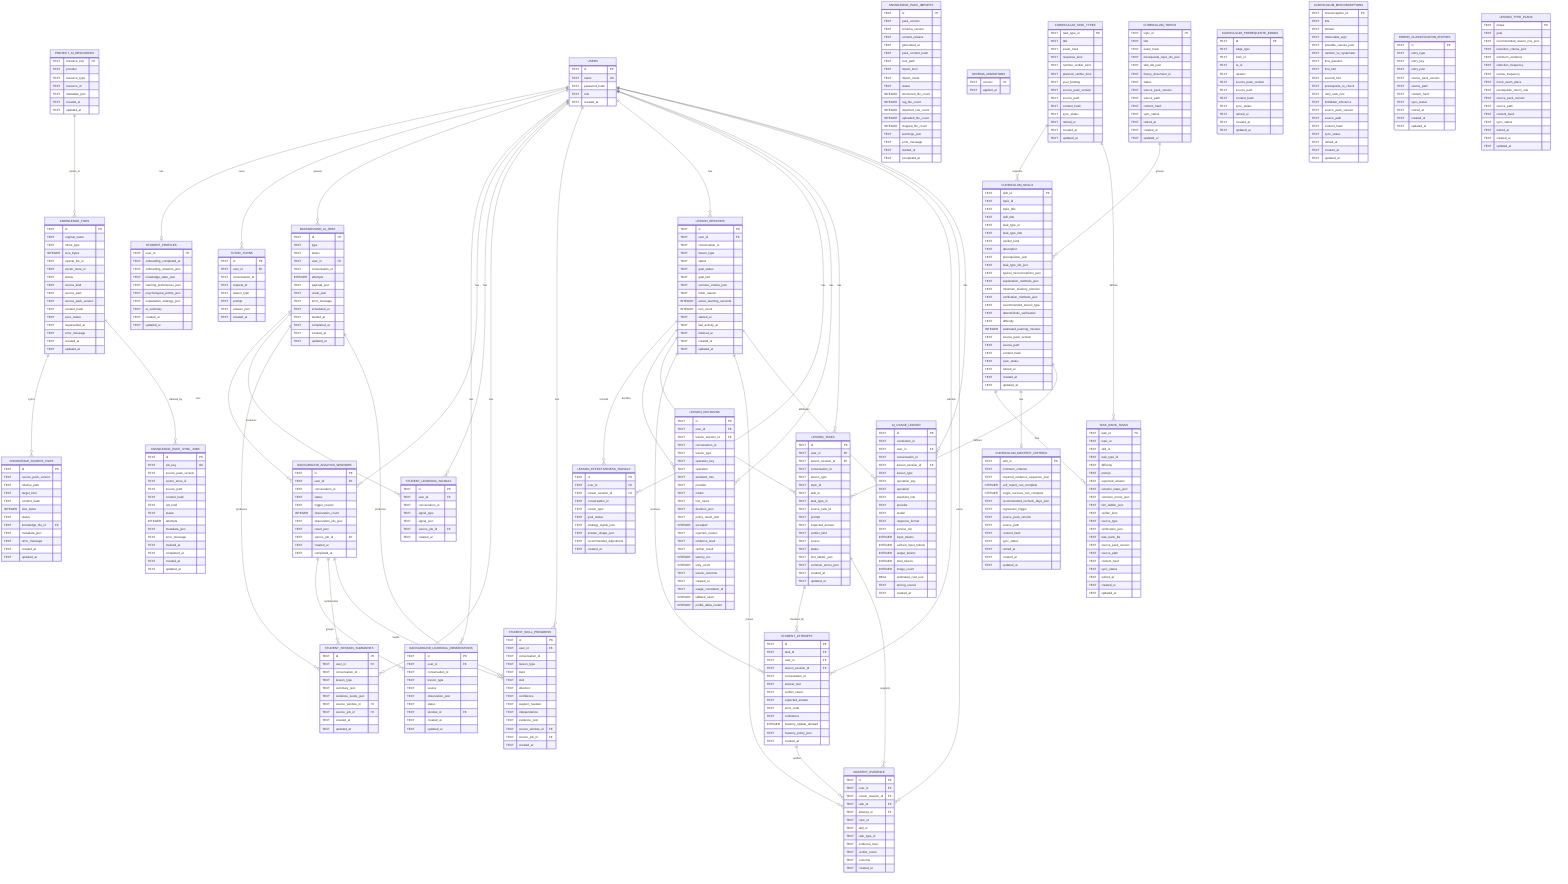
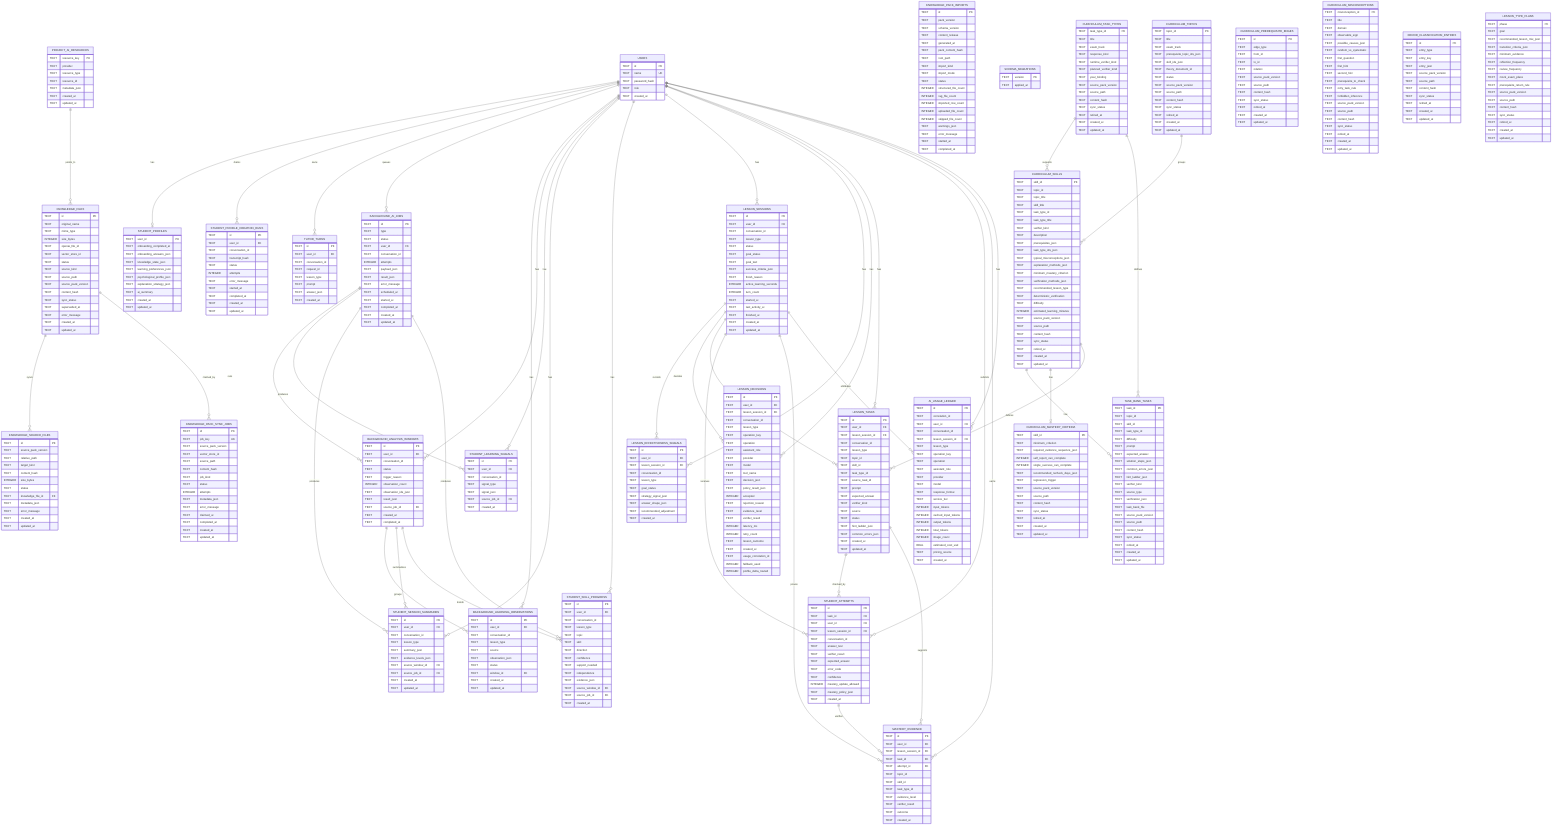
erDiagram
  USERS {
    TEXT id PK
    TEXT name UK
    TEXT password_hash
    TEXT role
    TEXT created_at
  }

  KNOWLEDGE_FILES {
    TEXT id PK
    TEXT original_name
    TEXT mime_type
    INTEGER size_bytes
    TEXT openai_file_id
    TEXT vector_store_id
    TEXT status
    TEXT source_kind
    TEXT source_path
    TEXT source_pack_version
    TEXT content_hash
    TEXT sync_status
    TEXT superseded_at
    TEXT error_message
    TEXT created_at
    TEXT updated_at
  }

  PROJECT_AI_RESOURCES {
    TEXT resource_key PK
    TEXT provider
    TEXT resource_type
    TEXT resource_id
    TEXT metadata_json
    TEXT created_at
    TEXT updated_at
  }

  KNOWLEDGE_SOURCE_FILES {
    TEXT id PK
    TEXT source_pack_version
    TEXT relative_path
    TEXT target_kind
    TEXT content_hash
    INTEGER size_bytes
    TEXT status
    TEXT knowledge_file_id FK
    TEXT metadata_json
    TEXT error_message
    TEXT created_at
    TEXT updated_at
  }

  KNOWLEDGE_PACK_IMPORTS {
    TEXT id PK
    TEXT pack_version
    TEXT schema_version
    TEXT content_release
    TEXT generated_at
    TEXT pack_content_hash
    TEXT root_path
    TEXT import_kind
    TEXT import_mode
    TEXT status
    INTEGER structured_file_count
    INTEGER rag_file_count
    INTEGER imported_row_count
    INTEGER uploaded_file_count
    INTEGER skipped_file_count
    TEXT warnings_json
    TEXT error_message
    TEXT started_at
    TEXT completed_at
  }

  KNOWLEDGE_PACK_SYNC_JOBS {
    TEXT id PK
    TEXT job_key UK
    TEXT source_pack_version
    TEXT vector_store_id
    TEXT source_path
    TEXT content_hash
    TEXT job_kind
    TEXT status
    INTEGER attempts
    TEXT metadata_json
    TEXT error_message
    TEXT claimed_at
    TEXT completed_at
    TEXT created_at
    TEXT updated_at
  }

  SCHEMA_MIGRATIONS {
    TEXT version PK
    TEXT applied_at
  }

  STUDENT_PROFILES {
    TEXT user_id PK
    TEXT onboarding_completed_at
    TEXT onboarding_answers_json
    TEXT knowledge_state_json
    TEXT learning_preferences_json
    TEXT psychological_profile_json
    TEXT explanation_strategy_json
    TEXT ai_summary
+     TEXT created_at
+     TEXT updated_at
+   }
+ 
+   STUDENT_PROFILE_CREATION_RUNS {
+     TEXT id PK
+     TEXT user_id FK
+     TEXT conversation_id
+     TEXT transcript_hash
+     TEXT status
+     INTEGER attempts
+     TEXT error_message
+     TEXT started_at
+     TEXT completed_at
    TEXT created_at
    TEXT updated_at
  }

  TUTOR_TURNS {
    TEXT id PK
    TEXT user_id FK
    TEXT conversation_id
    TEXT request_id
    TEXT lesson_type
    TEXT prompt
    TEXT answer_json
    TEXT created_at
  }

  BACKGROUND_AI_JOBS {
    TEXT id PK
    TEXT type
    TEXT status
    TEXT user_id FK
    TEXT conversation_id
    INTEGER attempts
    TEXT payload_json
    TEXT result_json
    TEXT error_message
    TEXT scheduled_at
    TEXT started_at
    TEXT completed_at
    TEXT created_at
    TEXT updated_at
  }

  BACKGROUND_LEARNING_OBSERVATIONS {
    TEXT id PK
    TEXT user_id FK
    TEXT conversation_id
    TEXT lesson_type
    TEXT source
    TEXT observation_json
    TEXT status
    TEXT window_id FK
    TEXT created_at
    TEXT updated_at
  }

  BACKGROUND_ANALYSIS_WINDOWS {
    TEXT id PK
    TEXT user_id FK
    TEXT conversation_id
    TEXT status
    TEXT trigger_reason
    INTEGER observation_count
    TEXT observation_ids_json
    TEXT result_json
    TEXT source_job_id FK
    TEXT created_at
    TEXT completed_at
  }

  STUDENT_LEARNING_SIGNALS {
    TEXT id PK
    TEXT user_id FK
    TEXT conversation_id
    TEXT signal_type
    TEXT signal_json
    TEXT source_job_id FK
    TEXT created_at
  }

  STUDENT_SESSION_SUMMARIES {
    TEXT id PK
    TEXT user_id FK
    TEXT conversation_id
    TEXT lesson_type
    TEXT summary_json
    TEXT evidence_levels_json
    TEXT source_window_id FK
    TEXT source_job_id FK
    TEXT created_at
    TEXT updated_at
  }

  STUDENT_SKILL_PROGRESS {
    TEXT id PK
    TEXT user_id FK
    TEXT conversation_id
    TEXT lesson_type
    TEXT topic
    TEXT skill
    TEXT direction
    TEXT confidence
    TEXT support_needed
    TEXT independence
    TEXT evidence_json
    TEXT source_window_id FK
    TEXT source_job_id FK
    TEXT created_at
  }

  LESSON_SESSIONS {
    TEXT id PK
    TEXT user_id FK
    TEXT conversation_id
    TEXT lesson_type
    TEXT status
    TEXT goal_status
    TEXT goal_text
    TEXT success_criteria_json
    TEXT finish_reason
    INTEGER active_learning_seconds
    INTEGER turn_count
    TEXT started_at
    TEXT last_activity_at
    TEXT finished_at
    TEXT created_at
    TEXT updated_at
  }

  LESSON_EFFECTIVENESS_SIGNALS {
    TEXT id PK
    TEXT user_id FK
    TEXT lesson_session_id FK
    TEXT conversation_id
    TEXT lesson_type
    TEXT goal_status
    TEXT strategy_signal_json
    TEXT answer_shape_json
    TEXT recommended_adjustment
    TEXT created_at
  }

  LESSON_DECISIONS {
    TEXT id PK
    TEXT user_id FK
    TEXT lesson_session_id FK
    TEXT conversation_id
    TEXT lesson_type
    TEXT operation_key
    TEXT operation
    TEXT assistant_role
    TEXT provider
    TEXT model
    TEXT tool_name
    TEXT decision_json
    TEXT policy_result_json
    INTEGER accepted
    TEXT rejection_reason
    TEXT evidence_level
    TEXT verifier_result
    INTEGER latency_ms
    INTEGER retry_count
    TEXT lesson_outcome
    TEXT created_at
    TEXT usage_correlation_id
    INTEGER fallback_used
    INTEGER profile_delta_routed
  }

  CURRICULUM_SKILLS {
    TEXT skill_id PK
    TEXT topic_id
    TEXT topic_title
    TEXT skill_title
    TEXT task_type_id
    TEXT task_type_title
    TEXT verifier_kind
    TEXT description
    TEXT prerequisites_json
    TEXT task_type_ids_json
    TEXT typical_misconceptions_json
    TEXT explanation_methods_json
    TEXT minimum_mastery_criterion
    TEXT verification_methods_json
    TEXT recommended_lesson_type
    TEXT deterministic_verification
    TEXT difficulty
    INTEGER estimated_learning_minutes
    TEXT source_pack_version
    TEXT source_path
    TEXT content_hash
    TEXT sync_status
    TEXT retired_at
    TEXT created_at
    TEXT updated_at
  }

  CURRICULUM_TOPICS {
    TEXT topic_id PK
    TEXT title
    TEXT exam_track
    TEXT prerequisite_topic_ids_json
    TEXT skill_ids_json
    TEXT theory_document_id
    TEXT status
    TEXT source_pack_version
    TEXT source_path
    TEXT content_hash
    TEXT sync_status
    TEXT retired_at
    TEXT created_at
    TEXT updated_at
  }

  CURRICULUM_TASK_TYPES {
    TEXT task_type_id PK
    TEXT title
    TEXT exam_track
    TEXT response_kind
    TEXT runtime_verifier_kind
    TEXT planned_verifier_kind
    TEXT year_binding
    TEXT source_pack_version
    TEXT source_path
    TEXT content_hash
    TEXT sync_status
    TEXT retired_at
    TEXT created_at
    TEXT updated_at
  }

  CURRICULUM_PREREQUISITE_EDGES {
    TEXT id PK
    TEXT edge_type
    TEXT from_id
    TEXT to_id
    TEXT relation
    TEXT source_pack_version
    TEXT source_path
    TEXT content_hash
    TEXT sync_status
    TEXT retired_at
    TEXT created_at
    TEXT updated_at
  }

  CURRICULUM_MASTERY_CRITERIA {
    TEXT skill_id PK
    TEXT minimum_criterion
    TEXT required_evidence_sequence_json
    INTEGER self_report_can_complete
    INTEGER single_success_can_complete
    TEXT recommended_recheck_days_json
    TEXT regression_trigger
    TEXT source_pack_version
    TEXT source_path
    TEXT content_hash
    TEXT sync_status
    TEXT retired_at
    TEXT created_at
    TEXT updated_at
  }

  CURRICULUM_MISCONCEPTIONS {
    TEXT misconception_id PK
    TEXT title
    TEXT domain
    TEXT observable_sign
    TEXT possible_causes_json
    TEXT random_vs_systematic
    TEXT first_question
    TEXT first_hint
    TEXT second_hint
    TEXT prerequisite_to_check
    TEXT retry_task_rule
    TEXT forbidden_inference
    TEXT source_pack_version
    TEXT source_path
    TEXT content_hash
    TEXT sync_status
    TEXT retired_at
    TEXT created_at
    TEXT updated_at
  }

  ERROR_CLASSIFICATION_ENTRIES {
    TEXT id PK
    TEXT entry_type
    TEXT entry_key
    TEXT entry_json
    TEXT source_pack_version
    TEXT source_path
    TEXT content_hash
    TEXT sync_status
    TEXT retired_at
    TEXT created_at
    TEXT updated_at
  }

  LESSON_TYPE_PLANS {
    TEXT phase PK
    TEXT goal
    TEXT recommended_lesson_mix_json
    TEXT transition_criteria_json
    TEXT minimum_evidence
    TEXT reflection_frequency
    TEXT review_frequency
    TEXT mock_exam_place
    TEXT prerequisite_return_rule
    TEXT source_pack_version
    TEXT source_path
    TEXT content_hash
    TEXT sync_status
    TEXT retired_at
    TEXT created_at
    TEXT updated_at
  }

  TASK_BANK_TASKS {
    TEXT task_id PK
    TEXT topic_id
    TEXT skill_id
    TEXT task_type_id
    TEXT difficulty
    TEXT prompt
    TEXT expected_answer
    TEXT solution_steps_json
    TEXT common_errors_json
    TEXT hint_ladder_json
    TEXT verifier_kind
    TEXT source_type
    TEXT verification_json
    TEXT task_bank_file
    TEXT source_pack_version
    TEXT source_path
    TEXT content_hash
    TEXT sync_status
    TEXT retired_at
    TEXT created_at
    TEXT updated_at
  }

  LESSON_TASKS {
    TEXT id PK
    TEXT user_id FK
    TEXT lesson_session_id FK
    TEXT conversation_id
    TEXT lesson_type
    TEXT topic_id
    TEXT skill_id
    TEXT task_type_id
    TEXT source_task_id
    TEXT prompt
    TEXT expected_answer
    TEXT verifier_kind
    TEXT source
    TEXT status
    TEXT hint_ladder_json
    TEXT common_errors_json
    TEXT created_at
    TEXT updated_at
  }

  STUDENT_ATTEMPTS {
    TEXT id PK
    TEXT task_id FK
    TEXT user_id FK
    TEXT lesson_session_id FK
    TEXT conversation_id
    TEXT answer_text
    TEXT verifier_result
    TEXT expected_answer
    TEXT error_code
    TEXT confidence
    INTEGER mastery_update_allowed
    TEXT mastery_policy_json
    TEXT created_at
  }

  MASTERY_EVIDENCE {
    TEXT id PK
    TEXT user_id FK
    TEXT lesson_session_id FK
    TEXT task_id FK
    TEXT attempt_id FK
    TEXT topic_id
    TEXT skill_id
    TEXT task_type_id
    TEXT evidence_level
    TEXT verifier_result
    TEXT outcome
    TEXT created_at
  }

  AI_USAGE_LEDGER {
    TEXT id PK
    TEXT correlation_id
    TEXT user_id FK
    TEXT conversation_id
    TEXT lesson_session_id FK
    TEXT lesson_type
    TEXT operation_key
    TEXT operation
    TEXT assistant_role
    TEXT provider
    TEXT model
    TEXT response_format
    TEXT service_tier
    INTEGER input_tokens
    INTEGER cached_input_tokens
    INTEGER output_tokens
    INTEGER total_tokens
    INTEGER image_count
    REAL estimated_cost_usd
    TEXT pricing_source
    TEXT created_at
  }

  USERS ||--o| STUDENT_PROFILES : has
+   USERS ||--o{ STUDENT_PROFILE_CREATION_RUNS : claims
  USERS ||--o{ TUTOR_TURNS : owns
  USERS ||--o{ BACKGROUND_AI_JOBS : queues
  USERS ||--o{ BACKGROUND_LEARNING_OBSERVATIONS : has
  USERS ||--o{ BACKGROUND_ANALYSIS_WINDOWS : has
  USERS ||--o{ STUDENT_LEARNING_SIGNALS : has
  USERS ||--o{ STUDENT_SESSION_SUMMARIES : has
  USERS ||--o{ STUDENT_SKILL_PROGRESS : has
  USERS ||--o{ LESSON_SESSIONS : has
  USERS ||--o{ LESSON_EFFECTIVENESS_SIGNALS : has
  USERS ||--o{ LESSON_DECISIONS : has
  USERS ||--o{ LESSON_TASKS : has
  USERS ||--o{ STUDENT_ATTEMPTS : submits
  USERS ||--o{ MASTERY_EVIDENCE : earns
  USERS ||--o{ AI_USAGE_LEDGER : has
  KNOWLEDGE_FILES ||--o{ KNOWLEDGE_SOURCE_FILES : syncs
  KNOWLEDGE_FILES ||--o{ KNOWLEDGE_PACK_SYNC_JOBS : claimed_by
  PROJECT_AI_RESOURCES ||--o{ KNOWLEDGE_FILES : points_to
  LESSON_SESSIONS ||--o{ LESSON_EFFECTIVENESS_SIGNALS : records
  LESSON_SESSIONS ||--o{ LESSON_DECISIONS : decides
  LESSON_SESSIONS ||--o{ LESSON_TASKS : assigns
  LESSON_SESSIONS ||--o{ STUDENT_ATTEMPTS : receives
  LESSON_SESSIONS ||--o{ MASTERY_EVIDENCE : proves
  LESSON_TASKS ||--o{ STUDENT_ATTEMPTS : checked_by
  LESSON_TASKS ||--o{ MASTERY_EVIDENCE : supports
  STUDENT_ATTEMPTS ||--o{ MASTERY_EVIDENCE : verifies
  CURRICULUM_TOPICS ||--o{ CURRICULUM_SKILLS : groups
  CURRICULUM_TASK_TYPES ||--o{ CURRICULUM_SKILLS : supports
  CURRICULUM_SKILLS ||--o{ TASK_BANK_TASKS : has
  CURRICULUM_TASK_TYPES ||--o{ TASK_BANK_TASKS : defines
  CURRICULUM_SKILLS ||--o| CURRICULUM_MASTERY_CRITERIA : has
  CURRICULUM_SKILLS ||--o{ LESSON_TASKS : defines
  LESSON_SESSIONS ||--o{ AI_USAGE_LEDGER : attributes
  BACKGROUND_ANALYSIS_WINDOWS ||--o{ BACKGROUND_LEARNING_OBSERVATIONS : groups
  BACKGROUND_ANALYSIS_WINDOWS ||--o{ STUDENT_SESSION_SUMMARIES : summarizes
  BACKGROUND_ANALYSIS_WINDOWS ||--o{ STUDENT_SKILL_PROGRESS : trends
  BACKGROUND_AI_JOBS ||--o{ BACKGROUND_ANALYSIS_WINDOWS : runs
  BACKGROUND_AI_JOBS ||--o{ STUDENT_LEARNING_SIGNALS : produces
  BACKGROUND_AI_JOBS ||--o{ STUDENT_SESSION_SUMMARIES : produces
  BACKGROUND_AI_JOBS ||--o{ STUDENT_SKILL_PROGRESS : produces
